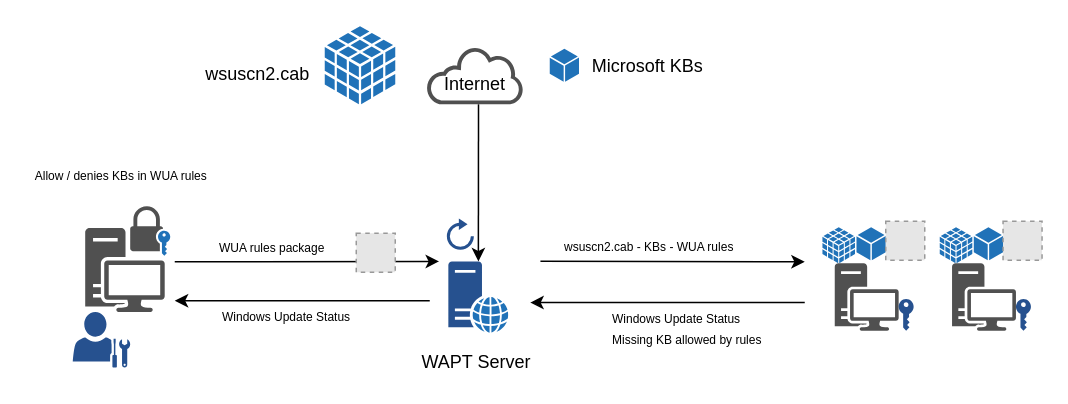
Earlier version of the draw.io diagram source/wapt_draw.io_diagrams/Diagramme windows update.drawio (tranquilit/WAPT-Documentation). Source tidied: cells renumbered, new cells numbered last; positions are measured from the earlier drawing's top-left corner, leaving out a move shared by most shapes. Both pictures are drawn from the tidied source at 150%, with x=0, y=0 at pixel (26, 26). Pictures stored in the file or linked from it are replaced by grey dashed boxes.
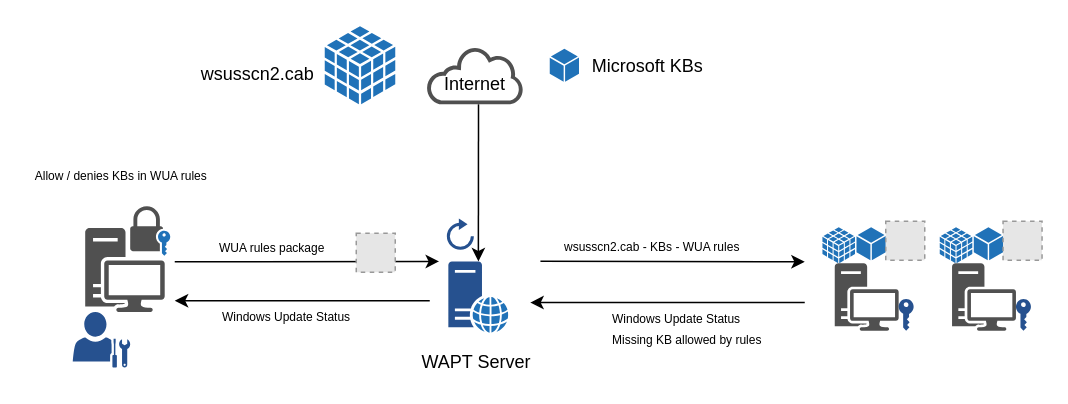
Above is the later version.

Diff of the diagram source:
```diff
@@
-    <mxCell id="27" value="wsuscn2.cab" style="text;html=1;align=center;verticalAlign=middle;" parent="1" vertex="1">
-      <mxGeometry x="114" y="22" width="80" height="20" as="geometry" />
+    <mxCell id="27" value="wsusscn2.cab" style="text;html=1;align=center;verticalAlign=middle;" parent="1" vertex="1">
+      <mxGeometry x="109" y="22" width="90" height="20" as="geometry" />
     </mxCell>
@@
-    <mxCell id="37" value="&lt;div&gt;&lt;font style=&quot;font-size: 8px&quot;&gt;wsuscn2.cab - KBs - WUA rules&lt;/font&gt;&lt;/div&gt;" style="text;html=1;align=left;verticalAlign=top;spacingTop=-4;rotation=0;" parent="1" vertex="1">
+    <mxCell id="37" value="&lt;div&gt;&lt;font style=&quot;font-size: 8px&quot;&gt;wsusscn2.cab - KBs - WUA rules&lt;/font&gt;&lt;/div&gt;" style="text;html=1;align=left;verticalAlign=top;spacingTop=-4;rotation=0;" parent="1" vertex="1">
       <mxGeometry x="357" y="136" width="130" height="20" as="geometry" />
     </mxCell>
```
